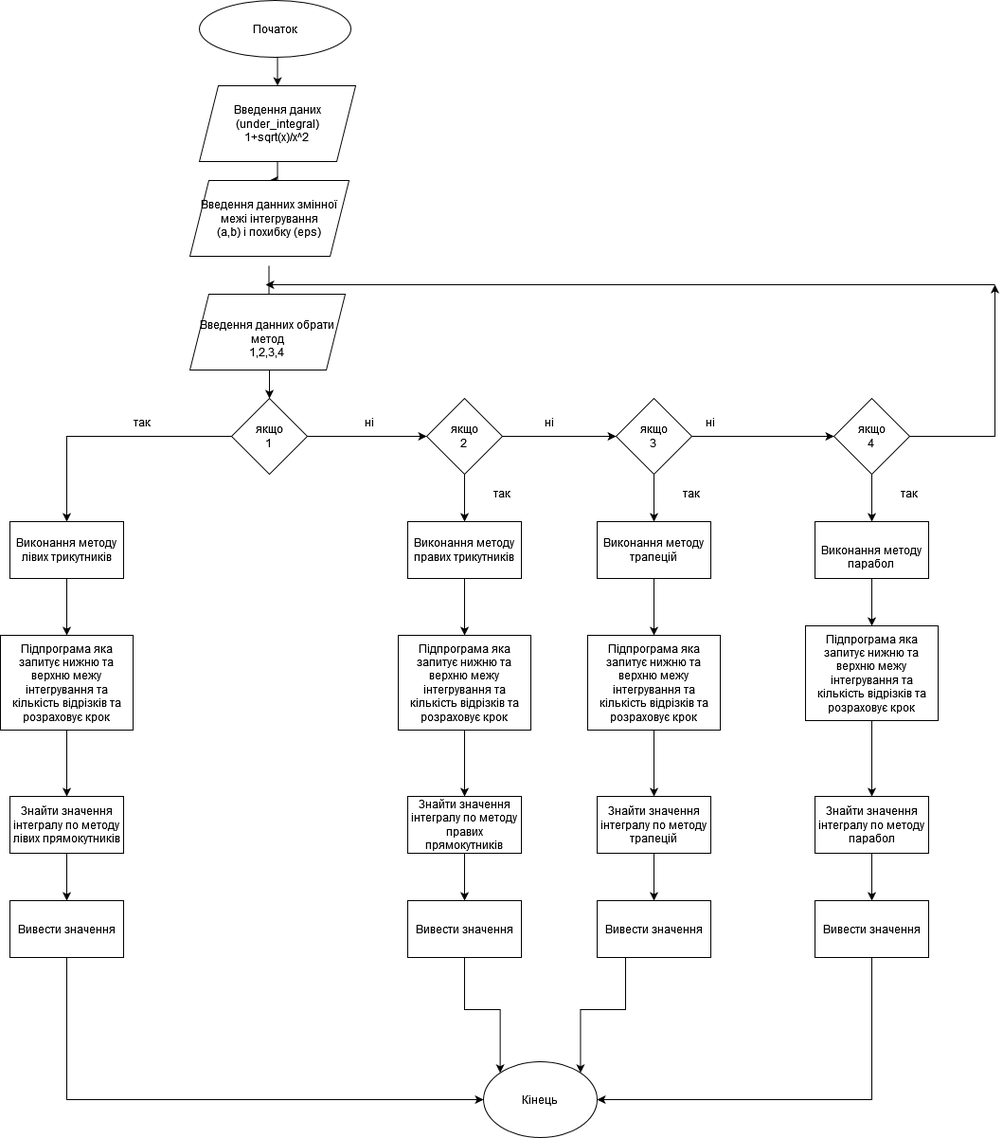
The draw.io diagram Луцкевич_Володимир_РЕ-12_Схема_.drawio.png in VolodymyrLutskevych-PE-12/Lab_2_Volodymyr-Lutskevych_PE-12_-1-, before a commit. Source tidied: cells renumbered, new cells last; positions are measured from the earlier drawing's top-left corner, leaving out a move shared by most shapes.
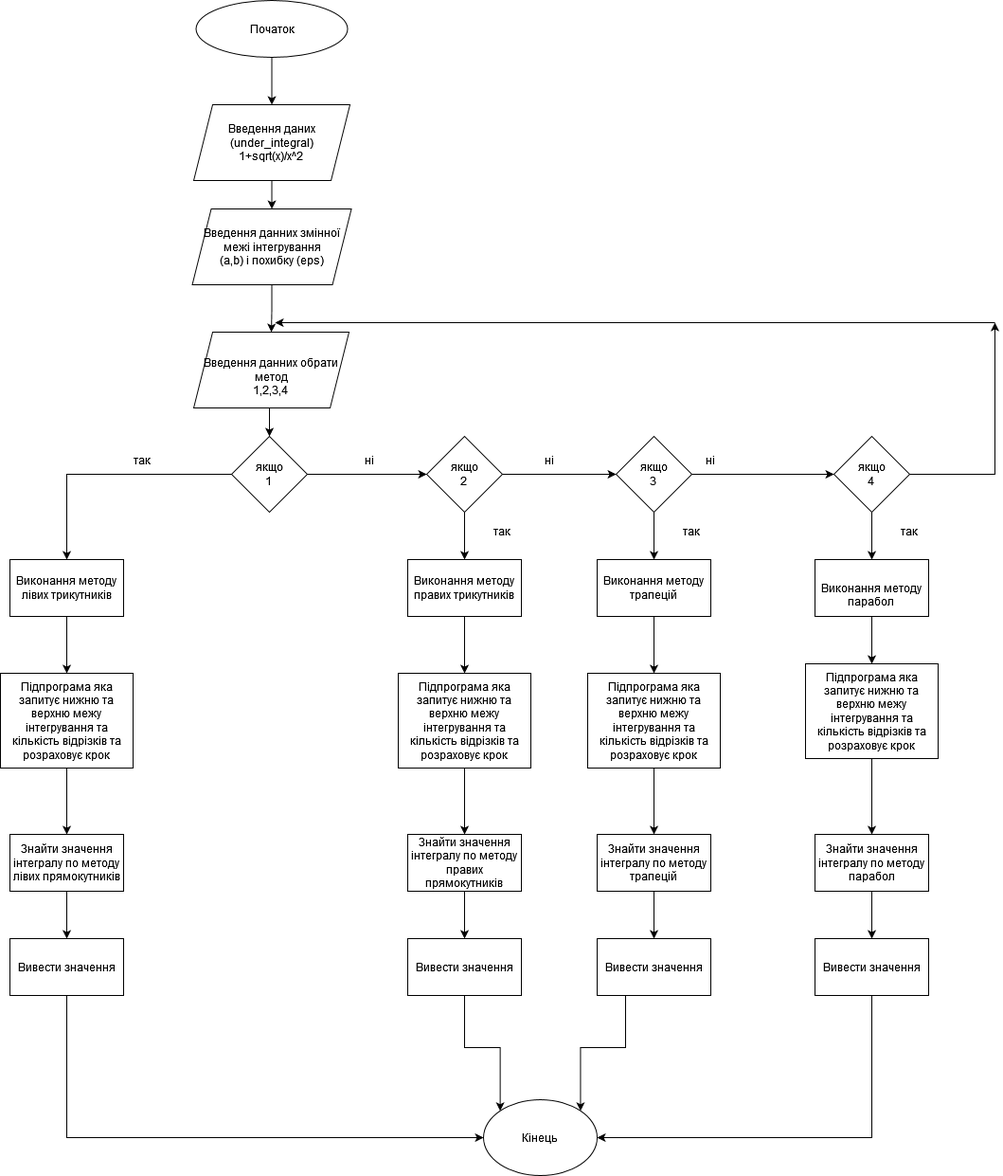
The same file after the commit.

Diff of the diagram source:
```diff
@@ -6,28 +6,25 @@
       <mxGeometry relative="1" as="geometry" />
     </mxCell>
     <mxCell id="3" value="Початок" style="ellipse;whiteSpace=wrap;html=1;" parent="1" vertex="1">
-      <mxGeometry x="210" width="160" height="60" as="geometry" />
+      <mxGeometry x="206.5" y="-40" width="160" height="60" as="geometry" />
     </mxCell>
-    <mxCell id="4" style="edgeStyle=orthogonalEdgeStyle;rounded=0;orthogonalLoop=1;jettySize=auto;html=1;exitX=0.5;exitY=1;exitDx=0;exitDy=0;" parent="1" edge="1">
-      <mxGeometry relative="1" as="geometry">
-        <mxPoint x="283.5" y="280" as="sourcePoint" />
-        <mxPoint x="283.5" y="330" as="targetPoint" />
-      </mxGeometry>
-    </mxCell>
-    <mxCell id="5" style="edgeStyle=orthogonalEdgeStyle;rounded=0;jettySize=auto;html=1;exitX=0.5;exitY=1;exitDx=0;exitDy=0;" parent="1" edge="1" source="6" target="7">
+    <mxCell id="5" style="edgeStyle=orthogonalEdgeStyle;rounded=0;jettySize=auto;html=1;exitX=0.5;exitY=1;exitDx=0;exitDy=0;entryX=0.5;entryY=0;entryDx=0;entryDy=0;" parent="1" edge="1" source="6" target="7">
       <mxGeometry relative="1" as="geometry" />
     </mxCell>
     <mxCell id="6" value="&lt;div&gt;Введення даних (under_integral)&lt;/div&gt;&lt;div&gt;1+sqrt(x)/x^2&lt;br&gt;&lt;/div&gt;" style="shape=parallelogram;perimeter=parallelogramPerimeter;whiteSpace=wrap;html=1;fixedSize=1;" parent="1" vertex="1">
-      <mxGeometry x="210" y="90" width="165" height="80" as="geometry" />
+      <mxGeometry x="204" y="70" width="165" height="80" as="geometry" />
     </mxCell>
+    <mxCell id="63" style="edgeStyle=orthogonalEdgeStyle;rounded=0;jettySize=auto;html=1;exitX=0.5;exitY=1;exitDx=0;exitDy=0;" parent="1" edge="1" source="7" target="9">
+      <mxGeometry relative="1" as="geometry" />
+    </mxCell>
     <mxCell id="7" value="Введення данних змінної &lt;div&gt;межі інтегрування &lt;/div&gt;(a,b) і похибку (eps) " style="shape=parallelogram;perimeter=parallelogramPerimeter;whiteSpace=wrap;html=1;fixedSize=1;" parent="1" vertex="1">
-      <mxGeometry x="200" y="190" width="168" height="80" as="geometry" />
+      <mxGeometry x="202.5" y="180" width="168" height="80" as="geometry" />
     </mxCell>
     <mxCell id="8" style="edgeStyle=orthogonalEdgeStyle;rounded=0;jettySize=auto;html=1;exitX=0.5;exitY=1;exitDx=0;exitDy=0;entryX=0.5;entryY=0;entryDx=0;entryDy=0;" parent="1" edge="1" source="9" target="12">
       <mxGeometry relative="1" as="geometry" />
     </mxCell>
     <mxCell id="9" value="&lt;br&gt;&lt;div&gt;Введення данних обрати метод&lt;/div&gt;1,2,3,4&lt;br&gt;" style="shape=parallelogram;perimeter=parallelogramPerimeter;whiteSpace=wrap;html=1;fixedSize=1;" parent="1" vertex="1">
-      <mxGeometry x="200" y="310" width="164" height="80" as="geometry" />
+      <mxGeometry x="204" y="310" width="164" height="80" as="geometry" />
     </mxCell>
     <mxCell id="10" style="edgeStyle=orthogonalEdgeStyle;rounded=0;jettySize=auto;html=1;exitX=0;exitY=0.5;exitDx=0;exitDy=0;" parent="1" edge="1" source="12" target="14">
       <mxGeometry relative="1" as="geometry" />
@@ -192,7 +189,7 @@
     <mxCell id="62" style="endArrow=classic;html=1;rounded=0;" parent="1" edge="1">
       <mxGeometry relative="1" as="geometry">
         <mxPoint x="1050" y="300" as="sourcePoint" />
-        <mxPoint x="280" y="300" as="targetPoint" />
+        <mxPoint x="290" y="300" as="targetPoint" />
       </mxGeometry>
     </mxCell>
   </root>
```
